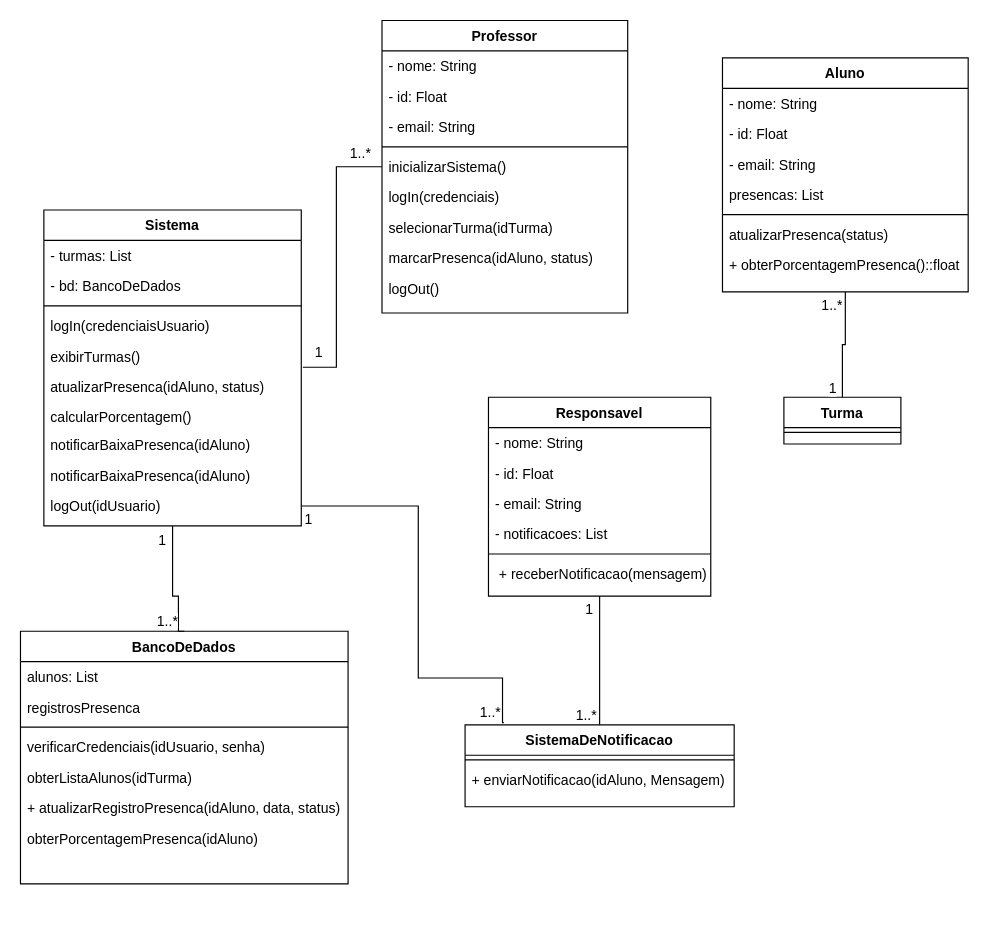
This is Diagramas/Diagrama de Classe.drawio from cc4semestre/projeto, a draw.io file, before an edit. Source tidied: cells renumbered, new cells numbered last; positions are measured from the earlier drawing's top-left corner, leaving out a move shared by most shapes. Both pictures are drawn from the tidied source at 117%, with x=0, y=0 at pixel (20, 20).
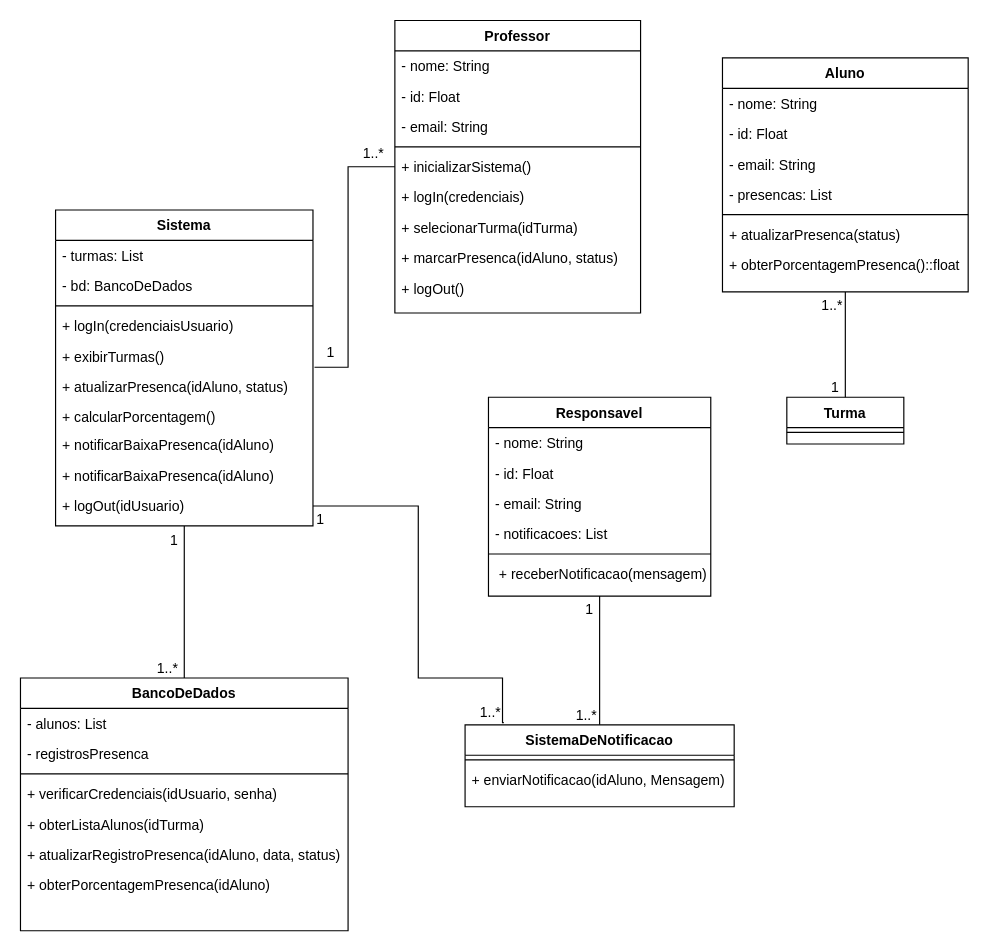
After the change.

The change refers to these unchanged cells:
```xml
<mxCell id="19" value="Aluno" style="swimlane;fontStyle=1;align=center;verticalAlign=top;horizontal=1;startSize=26;rounded=0;shadow=0;strokeWidth=1;" parent="1" vertex="1">
  <mxGeometry x="600" y="32" width="210" height="200" as="geometry" />
</mxCell>
```

The edit, as a diff of the source:
```diff
@@
     <mxCell id="2" value="Professor" style="swimlane;fontStyle=1;align=center;verticalAlign=top;horizontal=1;startSize=26;rounded=0;shadow=0;strokeWidth=1;" parent="1" vertex="1">
-      <mxGeometry x="309" width="210" height="250" as="geometry" />
+      <mxGeometry x="320" width="210" height="250" as="geometry" />
     </mxCell>
@@
-    <mxCell id="7" value="inicializarSistema()" style="text;align=left;verticalAlign=top;spacingLeft=4;spacingRight=4;overflow=hidden;points=[[0,0.5],[1,0.5]];portConstraint=eastwest;" parent="2" vertex="1">
+    <mxCell id="7" value="+ inicializarSistema()" style="text;align=left;verticalAlign=top;spacingLeft=4;spacingRight=4;overflow=hidden;points=[[0,0.5],[1,0.5]];portConstraint=eastwest;" parent="2" vertex="1">
       <mxGeometry y="112" width="210" height="26" as="geometry" />
     </mxCell>
-    <mxCell id="8" value="logIn(credenciais)" style="text;align=left;verticalAlign=top;spacingLeft=4;spacingRight=4;overflow=hidden;" parent="2" vertex="1">
+    <mxCell id="8" value="+ logIn(credenciais)" style="text;align=left;verticalAlign=top;spacingLeft=4;spacingRight=4;overflow=hidden;" parent="2" vertex="1">
       <mxGeometry y="138" width="210" height="26" as="geometry" />
     </mxCell>
-    <mxCell id="9" value="selecionarTurma(idTurma)" style="text;align=left;verticalAlign=top;spacingLeft=4;spacingRight=4;overflow=hidden;" parent="2" vertex="1">
+    <mxCell id="9" value="+ selecionarTurma(idTurma)" style="text;align=left;verticalAlign=top;spacingLeft=4;spacingRight=4;overflow=hidden;" parent="2" vertex="1">
       <mxGeometry y="164" width="210" height="26" as="geometry" />
     </mxCell>
-    <mxCell id="10" value="marcarPresenca(idAluno, status)" style="text;align=left;verticalAlign=top;spacingLeft=4;spacingRight=4;overflow=hidden;" parent="2" vertex="1">
+    <mxCell id="10" value="+ marcarPresenca(idAluno, status)" style="text;align=left;verticalAlign=top;spacingLeft=4;spacingRight=4;overflow=hidden;" parent="2" vertex="1">
       <mxGeometry y="190" width="210" height="26" as="geometry" />
     </mxCell>
-    <mxCell id="11" value="logOut()" style="text;align=left;verticalAlign=top;spacingLeft=4;spacingRight=4;overflow=hidden;" parent="2" vertex="1">
+    <mxCell id="11" value="+ logOut()" style="text;align=left;verticalAlign=top;spacingLeft=4;spacingRight=4;overflow=hidden;" parent="2" vertex="1">
       <mxGeometry y="216" width="210" height="26" as="geometry" />
     </mxCell>
@@
-    <mxCell id="23" value="presencas: List" style="text;align=left;verticalAlign=top;spacingLeft=4;spacingRight=4;overflow=hidden;rounded=0;shadow=0;html=0;" parent="19" vertex="1">
+    <mxCell id="23" value="- presencas: List" style="text;align=left;verticalAlign=top;spacingLeft=4;spacingRight=4;overflow=hidden;rounded=0;shadow=0;html=0;" parent="19" vertex="1">
       <mxGeometry y="104" width="210" height="26" as="geometry" />
     </mxCell>
@@
-    <mxCell id="25" value="atualizarPresenca(status)" style="text;align=left;verticalAlign=top;spacingLeft=4;spacingRight=4;overflow=hidden;" parent="19" vertex="1">
+    <mxCell id="25" value="+ atualizarPresenca(status)" style="text;align=left;verticalAlign=top;spacingLeft=4;spacingRight=4;overflow=hidden;" parent="19" vertex="1">
       <mxGeometry y="138" width="210" height="26" as="geometry" />
     </mxCell>
@@
     <mxCell id="27" value="Sistema" style="swimlane;fontStyle=1;align=center;verticalAlign=top;horizontal=1;startSize=26;rounded=0;shadow=0;strokeWidth=1;" parent="1" vertex="1">
-      <mxGeometry x="20" y="162" width="220" height="270" as="geometry" />
+      <mxGeometry x="30" y="162" width="220" height="270" as="geometry" />
     </mxCell>
@@
-    <mxCell id="31" value="logIn(credenciaisUsuario)" style="text;align=left;verticalAlign=top;spacingLeft=4;spacingRight=4;overflow=hidden;" parent="27" vertex="1">
+    <mxCell id="31" value="+ logIn(credenciaisUsuario)" style="text;align=left;verticalAlign=top;spacingLeft=4;spacingRight=4;overflow=hidden;" parent="27" vertex="1">
       <mxGeometry y="86" width="220" height="26" as="geometry" />
     </mxCell>
-    <mxCell id="32" value="exibirTurmas()" style="text;align=left;verticalAlign=top;spacingLeft=4;spacingRight=4;overflow=hidden;" parent="27" vertex="1">
+    <mxCell id="32" value="+ exibirTurmas()" style="text;align=left;verticalAlign=top;spacingLeft=4;spacingRight=4;overflow=hidden;" parent="27" vertex="1">
       <mxGeometry y="112" width="220" height="26" as="geometry" />
     </mxCell>
-    <mxCell id="33" value="atualizarPresenca(idAluno, status)" style="text;align=left;verticalAlign=top;spacingLeft=4;spacingRight=4;overflow=hidden;points=[[0,0.5],[1,0.5]];portConstraint=eastwest;" parent="27" vertex="1">
+    <mxCell id="33" value="+ atualizarPresenca(idAluno, status)" style="text;align=left;verticalAlign=top;spacingLeft=4;spacingRight=4;overflow=hidden;points=[[0,0.5],[1,0.5]];portConstraint=eastwest;" parent="27" vertex="1">
       <mxGeometry y="138" width="220" height="26" as="geometry" />
     </mxCell>
-    <mxCell id="34" value="calcularPorcentagem()" style="text;align=left;verticalAlign=top;spacingLeft=4;spacingRight=4;overflow=hidden;" parent="27" vertex="1">
+    <mxCell id="34" value="+ calcularPorcentagem()" style="text;align=left;verticalAlign=top;spacingLeft=4;spacingRight=4;overflow=hidden;" parent="27" vertex="1">
       <mxGeometry y="164" width="220" height="24" as="geometry" />
     </mxCell>
-    <mxCell id="35" value="notificarBaixaPresenca(idAluno)" style="text;align=left;verticalAlign=top;spacingLeft=4;spacingRight=4;overflow=hidden;" parent="27" vertex="1">
+    <mxCell id="35" value="+ notificarBaixaPresenca(idAluno)" style="text;align=left;verticalAlign=top;spacingLeft=4;spacingRight=4;overflow=hidden;" parent="27" vertex="1">
       <mxGeometry y="188" width="220" height="26" as="geometry" />
     </mxCell>
-    <mxCell id="36" value="notificarBaixaPresenca(idAluno)" style="text;align=left;verticalAlign=top;spacingLeft=4;spacingRight=4;overflow=hidden;" parent="27" vertex="1">
+    <mxCell id="36" value="+ notificarBaixaPresenca(idAluno)" style="text;align=left;verticalAlign=top;spacingLeft=4;spacingRight=4;overflow=hidden;" parent="27" vertex="1">
       <mxGeometry y="214" width="220" height="26" as="geometry" />
     </mxCell>
-    <mxCell id="37" value="logOut(idUsuario)" style="text;align=left;verticalAlign=top;spacingLeft=4;spacingRight=4;overflow=hidden;points=[[0,0.5],[1,0.5]];portConstraint=eastwest;" parent="27" vertex="1">
+    <mxCell id="37" value="+ logOut(idUsuario)" style="text;align=left;verticalAlign=top;spacingLeft=4;spacingRight=4;overflow=hidden;points=[[0,0.5],[1,0.5]];portConstraint=eastwest;" parent="27" vertex="1">
       <mxGeometry y="240" width="220" height="26" as="geometry" />
     </mxCell>
@@
     <mxCell id="41" value="BancoDeDados" style="swimlane;fontStyle=1;align=center;verticalAlign=top;horizontal=1;startSize=26;rounded=0;shadow=0;strokeWidth=1;" parent="1" vertex="1">
-      <mxGeometry y="522" width="280" height="216" as="geometry" />
+      <mxGeometry y="562" width="280" height="216" as="geometry" />
     </mxCell>
-    <mxCell id="42" value="alunos: List" style="text;align=left;verticalAlign=top;spacingLeft=4;spacingRight=4;overflow=hidden;" parent="41" vertex="1">
+    <mxCell id="42" value="- alunos: List" style="text;align=left;verticalAlign=top;spacingLeft=4;spacingRight=4;overflow=hidden;" parent="41" vertex="1">
       <mxGeometry y="26" width="280" height="26" as="geometry" />
     </mxCell>
-    <mxCell id="43" value="registrosPresenca" style="text;align=left;verticalAlign=top;spacingLeft=4;spacingRight=4;overflow=hidden;rounded=0;shadow=0;html=0;" parent="41" vertex="1">
+    <mxCell id="43" value="- registrosPresenca" style="text;align=left;verticalAlign=top;spacingLeft=4;spacingRight=4;overflow=hidden;rounded=0;shadow=0;html=0;" parent="41" vertex="1">
       <mxGeometry y="52" width="280" height="26" as="geometry" />
     </mxCell>
@@
-    <mxCell id="45" value="verificarCredenciais(idUsuario, senha)" style="text;align=left;verticalAlign=top;spacingLeft=4;spacingRight=4;overflow=hidden;" parent="41" vertex="1">
+    <mxCell id="45" value="+ verificarCredenciais(idUsuario, senha)" style="text;align=left;verticalAlign=top;spacingLeft=4;spacingRight=4;overflow=hidden;" parent="41" vertex="1">
       <mxGeometry y="86" width="280" height="26" as="geometry" />
     </mxCell>
-    <mxCell id="46" value="obterListaAlunos(idTurma)" style="text;align=left;verticalAlign=top;spacingLeft=4;spacingRight=4;overflow=hidden;" parent="41" vertex="1">
+    <mxCell id="46" value="+ obterListaAlunos(idTurma)" style="text;align=left;verticalAlign=top;spacingLeft=4;spacingRight=4;overflow=hidden;" parent="41" vertex="1">
       <mxGeometry y="112" width="280" height="26" as="geometry" />
     </mxCell>
@@
-    <mxCell id="48" value="obterPorcentagemPresenca(idAluno)" style="text;align=left;verticalAlign=top;spacingLeft=4;spacingRight=4;overflow=hidden;" parent="41" vertex="1">
+    <mxCell id="48" value="+ obterPorcentagemPresenca(idAluno)" style="text;align=left;verticalAlign=top;spacingLeft=4;spacingRight=4;overflow=hidden;" parent="41" vertex="1">
       <mxGeometry y="164" width="280" height="26" as="geometry" />
     </mxCell>
     <mxCell id="49" value="Turma" style="swimlane;fontStyle=1;align=center;verticalAlign=top;horizontal=1;startSize=26;rounded=0;shadow=0;strokeWidth=1;" parent="1" vertex="1">
-      <mxGeometry x="652.5" y="322" width="100" height="40" as="geometry" />
+      <mxGeometry x="655" y="322" width="100" height="40" as="geometry" />
     </mxCell>
@@
     <mxCell id="51" style="endArrow=none;html=1;edgeStyle=orthogonalEdgeStyle;rounded=0;entryX=0;entryY=0.5;entryDx=0;entryDy=0;labelPosition=center;verticalLabelPosition=middle;align=center;verticalAlign=middle;exitX=1.006;exitY=-0.14;exitDx=0;exitDy=0;exitPerimeter=0;" parent="1" edge="1" source="33" target="7">
       <mxGeometry relative="1" as="geometry">
         <Array as="points">
-          <mxPoint x="270" y="296" />
-          <mxPoint x="270" y="125" />
+          <mxPoint x="280" y="296" />
+          <mxPoint x="280" y="125" />
         </Array>
       </mxGeometry>
     </mxCell>
@@
     <mxCell id="63" style="endArrow=none;html=1;edgeStyle=orthogonalEdgeStyle;rounded=0;labelPosition=center;verticalLabelPosition=middle;align=center;verticalAlign=middle;exitX=0.5;exitY=0;exitDx=0;exitDy=0;entryX=0.5;entryY=1;entryDx=0;entryDy=0;" parent="1" edge="1" source="41" target="27">
       <mxGeometry relative="1" as="geometry">
         <Array as="points">
-          <mxPoint x="135" y="492" />
-          <mxPoint x="130" y="492" />
+          <mxPoint x="140" y="562" />
+          <mxPoint x="140" y="432" />
         </Array>
       </mxGeometry>
     </mxCell>
```
